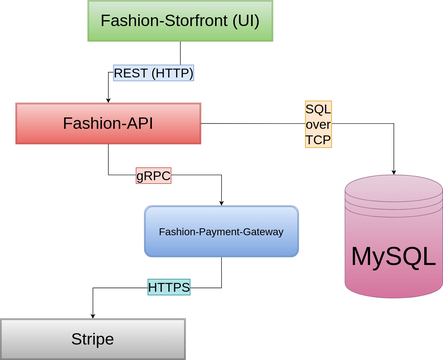
Wahab-Al/Fashion-API keeps this draw.io diagram as docs/Fashion Store-System Architecture V1.0.drawio.svg. Above is the earlier version. Source tidied: cells renumbered, new cells last; positions are measured from the earlier drawing's top-left corner, leaving out a move shared by most shapes.
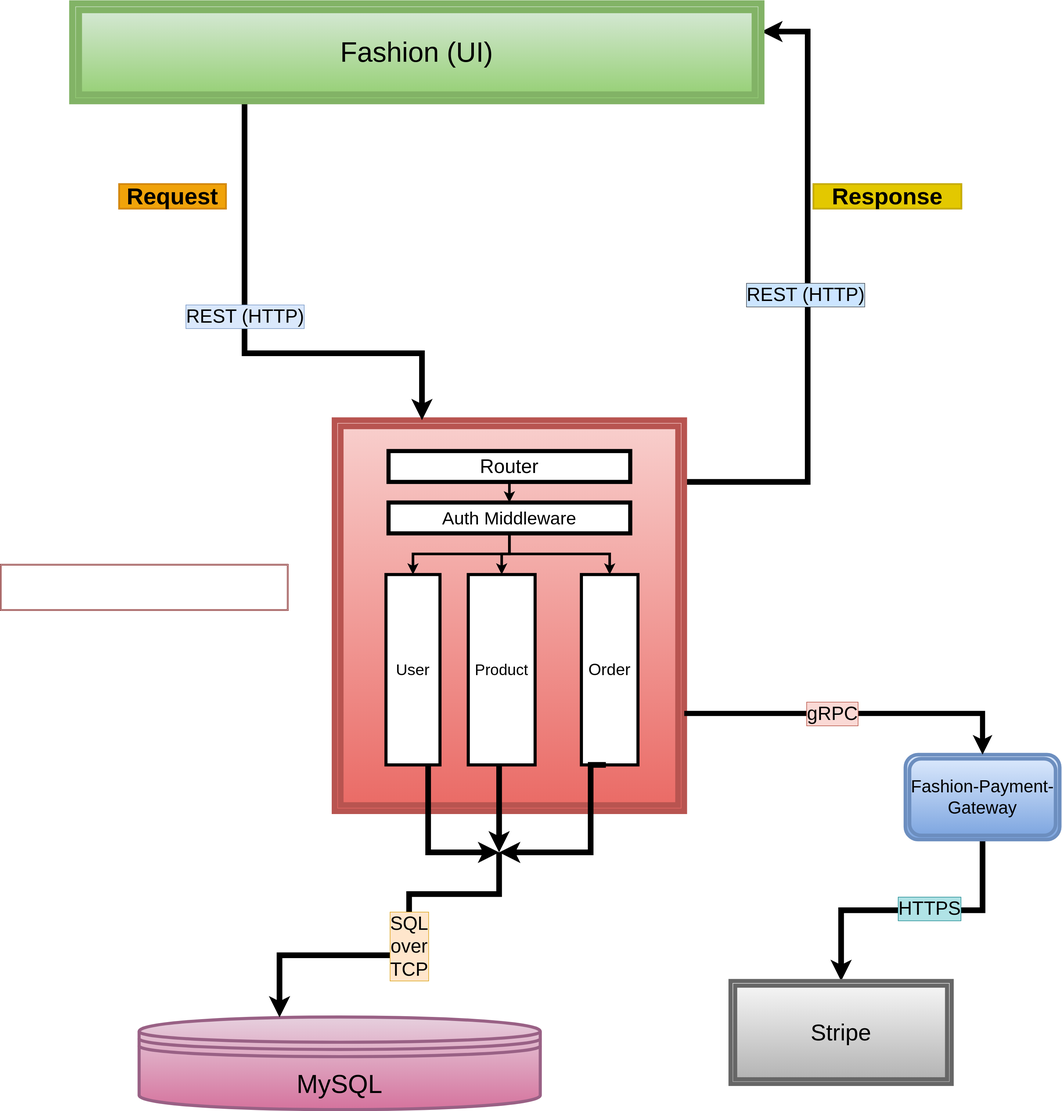
The same file after the commit.

Commit message:
docs: update system architecture diagram: add internal server structure, Router flow, auth middleware flow, request lable and response lable.

What changed in the source:
```diff
@@ -2,46 +2,139 @@
   <root>
     <mxCell id="0" />
     <mxCell id="1" parent="0" />
-    <mxCell id="2" value="&lt;span style=&quot;font-size: 32px;&quot;&gt;Fashion-API&lt;/span&gt;" style="shape=ext;double=1;rounded=0;whiteSpace=wrap;html=1;fillColor=#f8cecc;gradientColor=#ea6b66;strokeColor=#b85450;" parent="1" vertex="1">
-      <mxGeometry x="30" y="200" width="360" height="80" as="geometry" />
-    </mxCell>
+    <mxCell id="15" style="edgeStyle=orthogonalEdgeStyle;rounded=0;jettySize=auto;html=1;entryX=1;entryY=0.288;entryDx=0;entryDy=0;entryPerimeter=0;strokeWidth=11;" parent="1" edge="1" source="17" target="20">
+      <mxGeometry relative="1" as="geometry">
+        <Array as="points">
+          <mxPoint x="1460" y="2350" />
+          <mxPoint x="1460" y="1475" />
+        </Array>
+      </mxGeometry>
+    </mxCell>
+    <mxCell id="16" value="&lt;font style=&quot;font-size: 37px;&quot;&gt;&amp;nbsp;REST (HTTP)&amp;nbsp;&lt;/font&gt;" style="edgeLabel;html=1;align=center;verticalAlign=middle;labelBackgroundColor=#cce5ff;labelBorderColor=#36393d;" parent="15" vertex="1">
+      <mxGeometry y="5" relative="1" as="geometry">
+        <mxPoint y="-1" as="offset" />
+      </mxGeometry>
+    </mxCell>
+    <mxCell id="17" style="shape=ext;double=1;rounded=0;whiteSpace=wrap;html=1;fillColor=#f8cecc;gradientColor=#ea6b66;strokeColor=#b85450;strokeWidth=11;" parent="1" vertex="1">
+      <mxGeometry x="540" y="2230" width="680" height="760" as="geometry" />
+    </mxCell>
+    <mxCell id="18" style="edgeStyle=orthogonalEdgeStyle;rounded=0;jettySize=auto;html=1;exitX=0.25;exitY=1;exitDx=0;exitDy=0;entryX=0.25;entryY=0;entryDx=0;entryDy=0;strokeWidth=11;" parent="1" edge="1" source="20" target="17">
+      <mxGeometry relative="1" as="geometry">
+        <Array as="points">
+          <mxPoint x="365" y="2100" />
+          <mxPoint x="710" y="2100" />
+        </Array>
+      </mxGeometry>
+    </mxCell>
+    <mxCell id="19" value="&lt;font&gt;&amp;nbsp;REST (HTTP)&amp;nbsp;&lt;/font&gt;" style="edgeLabel;html=1;align=center;verticalAlign=middle;labelBackgroundColor=#dae8fc;labelBorderColor=#6c8ebf;fontSize=37;" parent="18" vertex="1">
+      <mxGeometry x="-0.13" relative="1" as="geometry" />
+    </mxCell>
+    <mxCell id="20" value="&lt;font style=&quot;font-size: 54px;&quot;&gt;Fashion (UI)&lt;/font&gt;" style="shape=ext;double=1;rounded=0;whiteSpace=wrap;html=1;fillColor=#d5e8d4;gradientColor=#97d077;strokeColor=#82b366;strokeWidth=12;" parent="1" vertex="1">
+      <mxGeometry x="30" y="1420" width="1340" height="190" as="geometry" />
+    </mxCell>
+    <mxCell id="21" style="edgeStyle=orthogonalEdgeStyle;rounded=0;jettySize=auto;html=1;entryX=0.5;entryY=0;entryDx=0;entryDy=0;strokeWidth=5;" parent="1" edge="1" source="22" target="26">
+      <mxGeometry relative="1" as="geometry" />
+    </mxCell>
+    <mxCell id="22" value="&lt;font style=&quot;font-size: 38px;&quot;&gt;Router&lt;/font&gt;" style="rounded=0;whiteSpace=wrap;html=1;strokeWidth=8;" parent="1" vertex="1">
+      <mxGeometry x="645" y="2290" width="470" height="60" as="geometry" />
+    </mxCell>
+    <mxCell id="23" style="edgeStyle=orthogonalEdgeStyle;rounded=0;jettySize=auto;html=1;entryX=0.5;entryY=0;entryDx=0;entryDy=0;strokeWidth=5;" parent="1" edge="1" source="26" target="31">
+      <mxGeometry relative="1" as="geometry" />
+    </mxCell>
+    <mxCell id="24" style="edgeStyle=orthogonalEdgeStyle;rounded=0;jettySize=auto;html=1;entryX=0.5;entryY=0;entryDx=0;entryDy=0;strokeWidth=5;" parent="1" edge="1" source="26" target="30">
+      <mxGeometry relative="1" as="geometry" />
+    </mxCell>
+    <mxCell id="25" style="edgeStyle=orthogonalEdgeStyle;rounded=0;jettySize=auto;html=1;entryX=0.5;entryY=0;entryDx=0;entryDy=0;strokeWidth=5;" parent="1" edge="1" source="26" target="28">
+      <mxGeometry relative="1" as="geometry" />
+    </mxCell>
+    <mxCell id="26" value="&lt;font style=&quot;font-size: 35px;&quot;&gt;Auth Middleware&lt;/font&gt;" style="rounded=0;whiteSpace=wrap;html=1;strokeWidth=8;" parent="1" vertex="1">
+      <mxGeometry x="645" y="2390" width="470" height="60" as="geometry" />
+    </mxCell>
+    <mxCell id="27" style="edgeStyle=orthogonalEdgeStyle;rounded=0;jettySize=auto;html=1;strokeWidth=11;" parent="1" edge="1" source="28">
+      <mxGeometry relative="1" as="geometry">
+        <mxPoint x="860" y="3070" as="targetPoint" />
+        <Array as="points">
+          <mxPoint x="722" y="2910" />
+          <mxPoint x="722" y="2910" />
+          <mxPoint x="722" y="3070" />
+          <mxPoint x="830" y="3070" />
+        </Array>
+      </mxGeometry>
+    </mxCell>
+    <mxCell id="28" value="&lt;font style=&quot;font-size: 31px;&quot;&gt;User&lt;/font&gt;" style="rounded=0;whiteSpace=wrap;html=1;strokeWidth=6;" parent="1" vertex="1">
+      <mxGeometry x="640" y="2530" width="105" height="370" as="geometry" />
+    </mxCell>
+    <mxCell id="29" style="edgeStyle=orthogonalEdgeStyle;rounded=0;jettySize=auto;html=1;strokeWidth=11;" parent="1" edge="1" source="30">
+      <mxGeometry relative="1" as="geometry">
+        <mxPoint x="860" y="3070" as="targetPoint" />
+        <Array as="points">
+          <mxPoint x="860" y="3050" />
+          <mxPoint x="860" y="3050" />
+        </Array>
+      </mxGeometry>
+    </mxCell>
+    <mxCell id="30" value="&lt;font style=&quot;font-size: 30px;&quot;&gt;Product&lt;/font&gt;" style="rounded=0;whiteSpace=wrap;html=1;strokeWidth=6;" parent="1" vertex="1">
+      <mxGeometry x="800" y="2530" width="130" height="370" as="geometry" />
+    </mxCell>
+    <mxCell id="31" value="&lt;font style=&quot;font-size: 32px;&quot;&gt;Order&lt;/font&gt;" style="rounded=0;whiteSpace=wrap;html=1;strokeWidth=6;" parent="1" vertex="1">
+      <mxGeometry x="1020" y="2530" width="110" height="370" as="geometry" />
+    </mxCell>
-    <mxCell id="3" value="&lt;font style=&quot;font-size: 50px;&quot;&gt;MySQL&lt;/font&gt;" style="shape=datastore;whiteSpace=wrap;html=1;fillColor=#e6d0de;gradientColor=#d5739d;strokeColor=#996185;" parent="1" vertex="1">
-      <mxGeometry x="670" y="340" width="190" height="240" as="geometry" />
+    <mxCell id="3" value="&lt;font style=&quot;font-size: 50px;&quot;&gt;MySQL&lt;/font&gt;" style="shape=datastore;whiteSpace=wrap;html=1;fillColor=#e6d0de;gradientColor=#d5739d;strokeColor=#996185;strokeWidth=6;" parent="1" vertex="1">
+      <mxGeometry x="160" y="3390" width="780" height="180" as="geometry" />
     </mxCell>
-    <mxCell id="4" style="edgeStyle=orthogonalEdgeStyle;rounded=0;jettySize=auto;html=1;exitX=0.5;exitY=1;exitDx=0;exitDy=0;entryX=0.5;entryY=0;entryDx=0;entryDy=0;" parent="1" edge="1" source="6" target="14">
-      <mxGeometry relative="1" as="geometry" />
-    </mxCell>
+    <mxCell id="32" style="edgeStyle=orthogonalEdgeStyle;rounded=0;jettySize=auto;html=1;entryX=0.35;entryY=0.004;entryDx=0;entryDy=0;entryPerimeter=0;strokeWidth=11;" parent="1" edge="1" target="3">
+      <mxGeometry relative="1" as="geometry">
+        <mxPoint x="860" y="3070" as="sourcePoint" />
+        <Array as="points">
+          <mxPoint x="860" y="3151" />
+          <mxPoint x="685" y="3151" />
+          <mxPoint x="685" y="3270" />
+          <mxPoint x="433" y="3270" />
+        </Array>
+      </mxGeometry>
+    </mxCell>
+    <mxCell id="13" value="&lt;span style=&quot;white-space: normal;&quot;&gt;&lt;font&gt;SQL over TCP&lt;/font&gt;&lt;/span&gt;" style="edgeLabel;html=1;align=center;verticalAlign=middle;labelBackgroundColor=#ffe6cc;labelBorderColor=#d79b00;fontSize=37;" parent="32" vertex="1">
+      <mxGeometry x="-0.04" y="-1" relative="1" as="geometry">
+        <mxPoint y="-1" as="offset" />
+      </mxGeometry>
+    </mxCell>
+    <mxCell id="33" style="edgeStyle=orthogonalEdgeStyle;rounded=0;jettySize=auto;html=1;exitX=0.5;exitY=1;exitDx=0;exitDy=0;entryX=0.5;entryY=0;entryDx=0;entryDy=0;strokeWidth=11;" parent="1" edge="1" source="34" target="14">
+      <mxGeometry relative="1" as="geometry" />
+    </mxCell>
-    <mxCell id="5" value="&lt;font style=&quot;font-size: 25px;&quot;&gt;HTTPS&lt;/font&gt;" style="edgeLabel;html=1;align=center;verticalAlign=middle;labelBackgroundColor=#b0e3e6;labelBorderColor=#0e8088;" parent="4" vertex="1">
+    <mxCell id="5" value="&lt;font&gt;HTTPS&lt;/font&gt;" style="edgeLabel;html=1;align=center;verticalAlign=middle;labelBackgroundColor=#b0e3e6;labelBorderColor=#0e8088;fontSize=37;" parent="33" vertex="1">
       <mxGeometry x="-0.12" y="-3" relative="1" as="geometry" />
     </mxCell>
-    <mxCell id="6" value="&lt;font style=&quot;font-size: 20px;&quot;&gt;Fashion-Payment-Gateway&lt;/font&gt;" style="shape=ext;double=1;rounded=1;whiteSpace=wrap;html=1;fillColor=#dae8fc;gradientColor=#7ea6e0;strokeColor=#6c8ebf;" parent="1" vertex="1">
-      <mxGeometry x="280" y="400" width="300" height="100" as="geometry" />
-    </mxCell>
-    <mxCell id="7" style="edgeStyle=orthogonalEdgeStyle;rounded=0;jettySize=auto;html=1;exitX=0.5;exitY=1;exitDx=0;exitDy=0;entryX=0.5;entryY=0;entryDx=0;entryDy=0;" parent="1" edge="1" source="9" target="2">
-      <mxGeometry relative="1" as="geometry" />
-    </mxCell>
-    <mxCell id="8" value="&lt;font style=&quot;font-size: 25px;&quot;&gt;REST (HTTP)&lt;/font&gt;" style="edgeLabel;html=1;align=center;verticalAlign=middle;labelBackgroundColor=#dae8fc;labelBorderColor=#6c8ebf;" parent="7" vertex="1">
-      <mxGeometry x="-0.13" relative="1" as="geometry" />
-    </mxCell>
-    <mxCell id="9" value="&lt;span style=&quot;font-size: 32px;&quot;&gt;Fashion-Storfront (UI)&lt;/span&gt;" style="shape=ext;double=1;rounded=0;whiteSpace=wrap;html=1;fillColor=#d5e8d4;gradientColor=#97d077;strokeColor=#82b366;" parent="1" vertex="1">
-      <mxGeometry x="170" width="360" height="80" as="geometry" />
-    </mxCell>
-    <mxCell id="10" style="edgeStyle=orthogonalEdgeStyle;rounded=0;jettySize=auto;html=1;exitX=0.5;exitY=1;exitDx=0;exitDy=0;entryX=0.5;entryY=0;entryDx=0;entryDy=0;" parent="1" edge="1" source="2" target="6">
-      <mxGeometry relative="1" as="geometry" />
-    </mxCell>
+    <mxCell id="34" value="&lt;font style=&quot;font-size: 34px;&quot;&gt;Fashion-Payment-&lt;/font&gt;&lt;div&gt;&lt;font style=&quot;font-size: 34px;&quot;&gt;Gateway&lt;/font&gt;&lt;/div&gt;" style="shape=ext;double=1;rounded=1;whiteSpace=wrap;html=1;fillColor=#dae8fc;gradientColor=#7ea6e0;strokeColor=#6c8ebf;strokeWidth=7;" parent="1" vertex="1">
+      <mxGeometry x="1650" y="2880" width="300" height="165" as="geometry" />
+    </mxCell>
+    <mxCell id="35" style="edgeStyle=orthogonalEdgeStyle;rounded=0;jettySize=auto;html=1;exitX=1;exitY=0.75;exitDx=0;exitDy=0;entryX=0.5;entryY=0;entryDx=0;entryDy=0;strokeWidth=10;" parent="1" edge="1" source="17" target="34">
+      <mxGeometry relative="1" as="geometry" />
+    </mxCell>
-    <mxCell id="11" value="&lt;font style=&quot;font-size: 25px;&quot;&gt;gRPC&lt;/font&gt;" style="edgeLabel;html=1;align=center;verticalAlign=middle;labelBackgroundColor=#fad9d5;labelBorderColor=#ae4132;" parent="10" vertex="1">
+    <mxCell id="11" value="&lt;font&gt;gRPC&lt;/font&gt;" style="edgeLabel;html=1;align=center;verticalAlign=middle;labelBackgroundColor=#fad9d5;labelBorderColor=#ae4132;fontSize=37;" parent="35" vertex="1">
       <mxGeometry x="-0.13" relative="1" as="geometry" />
     </mxCell>
-    <mxCell id="12" style="edgeStyle=orthogonalEdgeStyle;rounded=0;jettySize=auto;html=1;exitX=1;exitY=0.5;exitDx=0;exitDy=0;entryX=0.5;entryY=0;entryDx=0;entryDy=0;" parent="1" edge="1" source="2" target="3">
-      <mxGeometry relative="1" as="geometry" />
-    </mxCell>
-    <mxCell id="13" value="&lt;span style=&quot;white-space: normal;&quot;&gt;&lt;font style=&quot;font-size: 25px;&quot;&gt;SQL over TCP&lt;/font&gt;&lt;/span&gt;" style="edgeLabel;html=1;align=center;verticalAlign=middle;labelBackgroundColor=#ffe6cc;labelBorderColor=#d79b00;" parent="12" vertex="1">
-      <mxGeometry x="-0.04" y="-1" relative="1" as="geometry">
-        <mxPoint y="-1" as="offset" />
-      </mxGeometry>
-    </mxCell>
-    <mxCell id="14" value="&lt;span style=&quot;font-size: 32px;&quot;&gt;Stripe&lt;/span&gt;" style="shape=ext;double=1;rounded=0;whiteSpace=wrap;html=1;fillColor=#f5f5f5;gradientColor=#b3b3b3;strokeColor=#666666;" parent="1" vertex="1">
-      <mxGeometry y="620" width="360" height="80" as="geometry" />
+    <mxCell id="14" value="&lt;font style=&quot;font-size: 45px;&quot;&gt;Stripe&lt;/font&gt;" style="shape=ext;double=1;rounded=0;whiteSpace=wrap;html=1;fillColor=#f5f5f5;gradientColor=#b3b3b3;strokeColor=#666666;strokeWidth=8;" parent="1" vertex="1">
+      <mxGeometry x="1310" y="3320" width="430" height="200" as="geometry" />
     </mxCell>
+    <mxCell id="36" style="edgeStyle=orthogonalEdgeStyle;rounded=0;orthogonalLoop=1;jettySize=auto;html=1;exitX=0.5;exitY=1;exitDx=0;exitDy=0;strokeWidth=11;" parent="1" edge="1">
+      <mxGeometry relative="1" as="geometry">
+        <mxPoint x="1067.5" y="2900" as="sourcePoint" />
+        <mxPoint x="860" y="3070" as="targetPoint" />
+        <Array as="points">
+          <mxPoint x="1038" y="2910" />
+          <mxPoint x="1038" y="2910" />
+          <mxPoint x="1038" y="3070" />
+        </Array>
+      </mxGeometry>
+    </mxCell>
+    <mxCell id="37" value="&lt;b style=&quot;&quot;&gt;&lt;font style=&quot;font-size: 45px;&quot;&gt;Monolithic Server&lt;/font&gt;&lt;/b&gt;" style="shape=ext;double=1;rounded=0;whiteSpace=wrap;html=1;fillColor=none;strokeColor=#6F0000;fontColor=#ffffff;gradientColor=default;" parent="1" vertex="1">
+      <mxGeometry x="-110" y="2510" width="560" height="90" as="geometry" />
+    </mxCell>
+    <mxCell id="38" value="&lt;b style=&quot;&quot;&gt;&lt;font style=&quot;font-size: 45px;&quot;&gt;Request&lt;/font&gt;&lt;/b&gt;" style="shape=ext;double=1;rounded=0;whiteSpace=wrap;html=1;fillColor=#f0a30a;strokeColor=#BD7000;fontColor=#000000;" parent="1" vertex="1">
+      <mxGeometry x="120" y="1770" width="210" height="50" as="geometry" />
+    </mxCell>
+    <mxCell id="39" value="&lt;b style=&quot;&quot;&gt;&lt;font style=&quot;font-size: 45px;&quot;&gt;Response&lt;/font&gt;&lt;/b&gt;" style="shape=ext;double=1;rounded=0;whiteSpace=wrap;html=1;fillColor=#e3c800;strokeColor=#B09500;fontColor=#000000;" parent="1" vertex="1">
+      <mxGeometry x="1470" y="1770" width="290" height="50" as="geometry" />
+    </mxCell>
   </root>
 </mxGraphModel>
```
